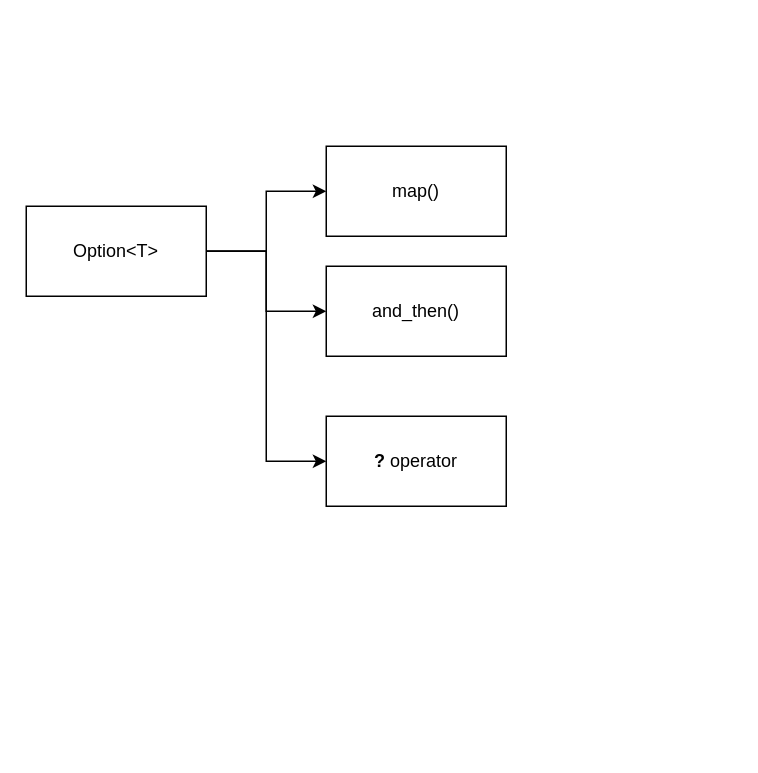
Earlier version of the draw.io diagram page "Option<T>" (1 of 2) of std_library.drawio (gftea/rust_lang_notes). Source tidied: cells renumbered, new cells numbered last; positions are measured from the earlier drawing's top-left corner, leaving out a move shared by most shapes. Both pictures are drawn from the tidied source at 150%, with x=0, y=0 at pixel (26, 146).
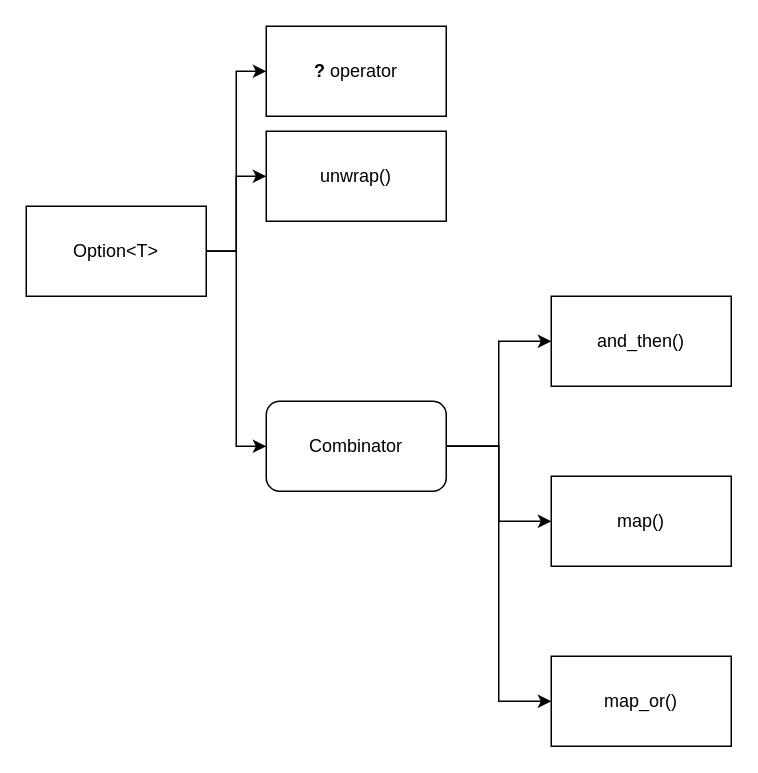
The same diagram, later.

What changed in the source:
```diff
@@
 <mxGraphModel>
   <root>
     <mxCell id="0" />
     <mxCell id="1" parent="0" />
-    <mxCell id="2" style="edgeStyle=orthogonalEdgeStyle;rounded=0;jettySize=auto;html=1;" parent="1" edge="1" source="5" target="6">
-      <mxGeometry relative="1" as="geometry" />
-    </mxCell>
-    <mxCell id="3" style="edgeStyle=orthogonalEdgeStyle;rounded=0;jettySize=auto;html=1;" parent="1" edge="1" source="5" target="7">
-      <mxGeometry relative="1" as="geometry" />
-    </mxCell>
+    <mxCell id="9" style="edgeStyle=orthogonalEdgeStyle;rounded=0;jettySize=auto;html=1;entryX=0;entryY=0.5;entryDx=0;entryDy=0;" parent="1" edge="1" source="5" target="14">
+      <mxGeometry relative="1" as="geometry" />
+    </mxCell>
-    <mxCell id="4" style="edgeStyle=orthogonalEdgeStyle;rounded=0;jettySize=auto;html=1;" parent="1" edge="1" source="5" target="8">
-      <mxGeometry relative="1" as="geometry">
-        <Array as="points">
-          <mxPoint x="160" y="70" />
-          <mxPoint x="160" y="210" />
-        </Array>
-      </mxGeometry>
+    <mxCell id="4" style="edgeStyle=orthogonalEdgeStyle;rounded=0;jettySize=auto;html=1;entryX=0;entryY=0.5;entryDx=0;entryDy=0;" parent="1" edge="1" source="5" target="8">
+      <mxGeometry relative="1" as="geometry" />
     </mxCell>
+    <mxCell id="10" style="edgeStyle=orthogonalEdgeStyle;rounded=0;jettySize=auto;html=1;entryX=0;entryY=0.5;entryDx=0;entryDy=0;" parent="1" edge="1" source="5" target="16">
+      <mxGeometry relative="1" as="geometry" />
+    </mxCell>
     <mxCell id="5" value="Option&amp;lt;T&amp;gt;" style="rounded=0;whiteSpace=wrap;html=1;" parent="1" vertex="1">
       <mxGeometry y="40" width="120" height="60" as="geometry" />
     </mxCell>
     <mxCell id="6" value="map()" style="whiteSpace=wrap;html=1;rounded=0;" parent="1" vertex="1">
-      <mxGeometry x="200" width="120" height="60" as="geometry" />
+      <mxGeometry x="350" y="220" width="120" height="60" as="geometry" />
     </mxCell>
     <mxCell id="7" value="and_then()" style="rounded=0;whiteSpace=wrap;html=1;" parent="1" vertex="1">
-      <mxGeometry x="200" y="80" width="120" height="60" as="geometry" />
+      <mxGeometry x="350" y="100" width="120" height="60" as="geometry" />
     </mxCell>
     <mxCell id="8" value="&lt;b&gt;? &lt;/b&gt;operator" style="rounded=0;whiteSpace=wrap;html=1;" parent="1" vertex="1">
-      <mxGeometry x="200" y="180" width="120" height="60" as="geometry" />
+      <mxGeometry x="160" y="-80" width="120" height="60" as="geometry" />
     </mxCell>
+    <mxCell id="11" style="edgeStyle=orthogonalEdgeStyle;rounded=0;jettySize=auto;html=1;entryX=0;entryY=0.5;entryDx=0;entryDy=0;" parent="1" edge="1" source="14" target="7">
+      <mxGeometry relative="1" as="geometry" />
+    </mxCell>
+    <mxCell id="12" style="edgeStyle=orthogonalEdgeStyle;rounded=0;jettySize=auto;html=1;entryX=0;entryY=0.5;entryDx=0;entryDy=0;" parent="1" edge="1" source="14" target="6">
+      <mxGeometry relative="1" as="geometry" />
+    </mxCell>
+    <mxCell id="13" style="edgeStyle=orthogonalEdgeStyle;rounded=0;jettySize=auto;html=1;entryX=0;entryY=0.5;entryDx=0;entryDy=0;" parent="1" edge="1" source="14" target="15">
+      <mxGeometry relative="1" as="geometry" />
+    </mxCell>
+    <mxCell id="14" value="Combinator" style="rounded=1;whiteSpace=wrap;html=1;" parent="1" vertex="1">
+      <mxGeometry x="160" y="170" width="120" height="60" as="geometry" />
+    </mxCell>
+    <mxCell id="15" value="map_or()" style="rounded=0;whiteSpace=wrap;html=1;" parent="1" vertex="1">
+      <mxGeometry x="350" y="340" width="120" height="60" as="geometry" />
+    </mxCell>
+    <mxCell id="16" value="unwrap()" style="rounded=0;whiteSpace=wrap;html=1;" parent="1" vertex="1">
+      <mxGeometry x="160" y="-10" width="120" height="60" as="geometry" />
+    </mxCell>
   </root>
 </mxGraphModel>
```
